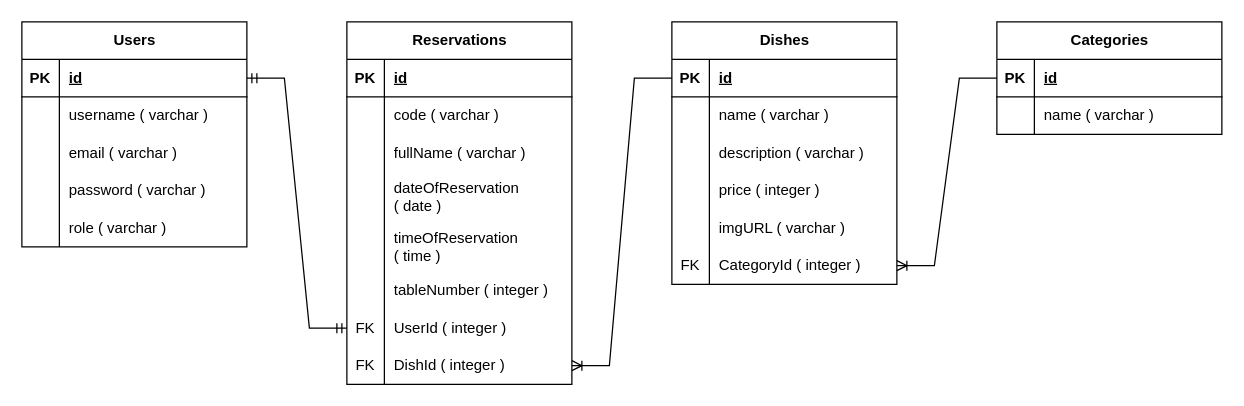
Above: Reservation-ERD.drawio in bayusuryowibowo/Pair-Project-Group-7 (draw.io), before the change. Source tidied: cells renumbered, new cells numbered last; positions are measured from the earlier drawing's top-left corner, leaving out a move shared by most shapes. Both pictures are drawn from the tidied source at 125%, with x=0, y=0 at pixel (21, 21).
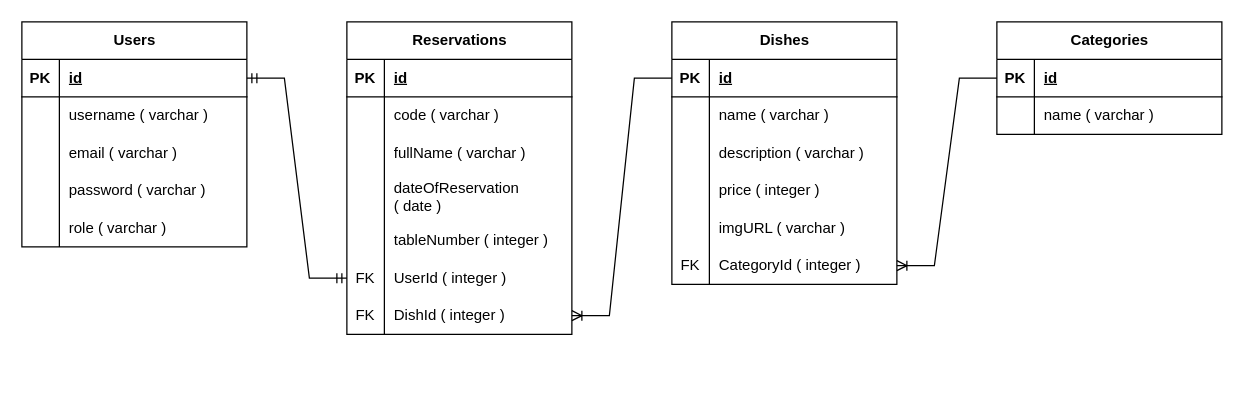
After the change.

What changed in the source:
```diff
@@
     <mxCell id="25" value="Reservations" style="shape=table;startSize=30;childLayout=tableLayout;rowLines=0;fontStyle=1;align=center;html=1;" parent="1" vertex="1">
-      <mxGeometry x="260" width="180" height="290" as="geometry" />
+      <mxGeometry x="260" width="180" height="250" as="geometry" />
     </mxCell>
@@
-    <mxCell id="38" style="shape=tableRow;horizontal=0;startSize=0;swimlaneHead=0;swimlaneBody=0;fillColor=none;top=0;left=0;right=0;bottom=0;" parent="25" vertex="1">
-      <mxGeometry y="160" width="180" height="40" as="geometry" />
-    </mxCell>
-    <mxCell id="39" style="shape=partialRectangle;fillColor=none;top=0;left=0;bottom=0;right=0;overflow=hidden;whiteSpace=wrap;html=1;" parent="38" vertex="1">
-      <mxGeometry width="30" height="40" as="geometry" />
-    </mxCell>
-    <mxCell id="40" value="timeOfReservation&lt;br&gt;( time )" style="shape=partialRectangle;fillColor=none;top=0;left=0;bottom=0;right=0;align=left;spacingLeft=6;overflow=hidden;whiteSpace=wrap;html=1;" parent="38" vertex="1">
-      <mxGeometry x="30" width="150" height="40" as="geometry" />
-    </mxCell>
     <mxCell id="41" style="shape=tableRow;horizontal=0;startSize=0;swimlaneHead=0;swimlaneBody=0;fillColor=none;top=0;left=0;right=0;bottom=0;" parent="25" vertex="1">
-      <mxGeometry y="200" width="180" height="30" as="geometry" />
+      <mxGeometry y="160" width="180" height="30" as="geometry" />
     </mxCell>
@@
     <mxCell id="44" style="shape=tableRow;horizontal=0;startSize=0;swimlaneHead=0;swimlaneBody=0;fillColor=none;points=[[0,0.5],[1,0.5]];portConstraint=eastwest;top=0;left=0;right=0;bottom=0;" parent="25" vertex="1">
-      <mxGeometry y="230" width="180" height="30" as="geometry" />
+      <mxGeometry y="190" width="180" height="30" as="geometry" />
     </mxCell>
@@
     <mxCell id="47" style="shape=tableRow;horizontal=0;startSize=0;swimlaneHead=0;swimlaneBody=0;fillColor=none;points=[[0,0.5],[1,0.5]];portConstraint=eastwest;top=0;left=0;right=0;bottom=0;" parent="25" vertex="1">
-      <mxGeometry y="260" width="180" height="30" as="geometry" />
+      <mxGeometry y="220" width="180" height="30" as="geometry" />
     </mxCell>
```
